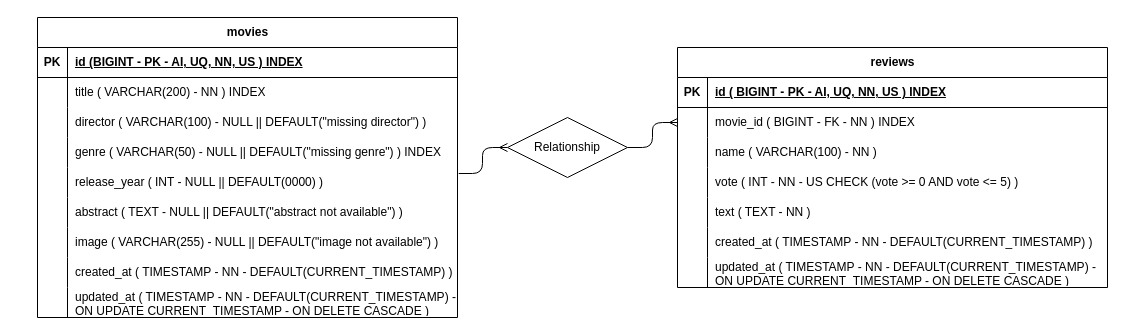
Above: schema.drawio in francesca-golzio/webapp-express (draw.io), before the change. Source tidied: cells renumbered, new cells numbered last; positions are measured from the earlier drawing's top-left corner, leaving out a move shared by most shapes. Both pictures are drawn from the tidied source at 100%, with x=0, y=0 at pixel (37, 17).
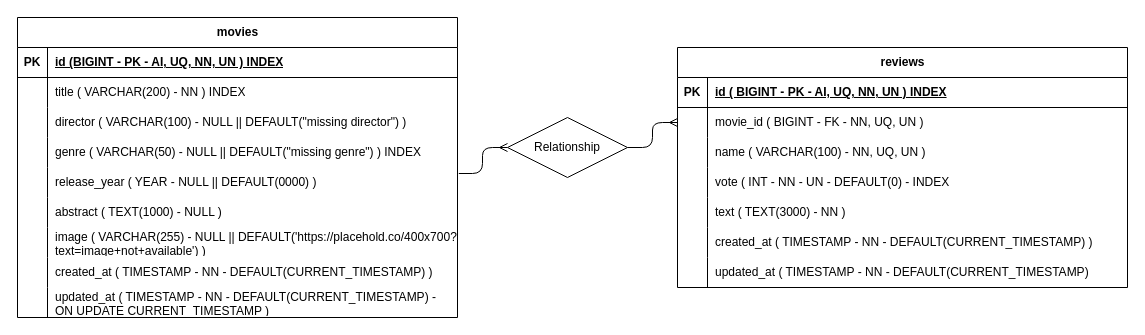
The same diagram, later.

Commit message (it also covers changes not shown here):
fix/implement db schema

The edit, as a diff of the source:
```diff
@@
     <mxCell id="2" value="movies" style="shape=table;startSize=30;childLayout=tableLayout;rowLines=0;fontStyle=1;align=center;html=1;" parent="1" vertex="1">
-      <mxGeometry width="420" height="300" as="geometry" />
+      <mxGeometry x="-20" width="440" height="300" as="geometry" />
     </mxCell>
     <mxCell id="3" style="shape=tableRow;horizontal=0;startSize=0;swimlaneHead=0;swimlaneBody=0;fillColor=none;top=0;left=0;right=0;bottom=1;" parent="2" vertex="1">
-      <mxGeometry y="30" width="420" height="30" as="geometry" />
+      <mxGeometry y="30" width="440" height="30" as="geometry" />
     </mxCell>
@@
-    <mxCell id="5" value="id&amp;nbsp;(BIGINT - PK - AI, UQ, NN, US ) INDEX" style="shape=partialRectangle;fillColor=none;top=0;left=0;bottom=0;right=0;align=left;spacingLeft=6;fontStyle=5;overflow=hidden;whiteSpace=wrap;html=1;" parent="3" vertex="1">
-      <mxGeometry x="30" width="390" height="30" as="geometry" />
+    <mxCell id="5" value="id&amp;nbsp;(BIGINT - PK - AI, UQ, NN, UN ) INDEX" style="shape=partialRectangle;fillColor=none;top=0;left=0;bottom=0;right=0;align=left;spacingLeft=6;fontStyle=5;overflow=hidden;whiteSpace=wrap;html=1;" parent="3" vertex="1">
+      <mxGeometry x="30" width="410" height="30" as="geometry" />
     </mxCell>
     <mxCell id="6" style="shape=tableRow;horizontal=0;startSize=0;swimlaneHead=0;swimlaneBody=0;fillColor=none;top=0;left=0;right=0;bottom=0;" parent="2" vertex="1">
-      <mxGeometry y="60" width="420" height="30" as="geometry" />
+      <mxGeometry y="60" width="440" height="30" as="geometry" />
     </mxCell>
@@
     <mxCell id="8" value="title ( VARCHAR(200) - NN ) INDEX" style="shape=partialRectangle;fillColor=none;top=0;left=0;bottom=0;right=0;align=left;spacingLeft=6;overflow=hidden;whiteSpace=wrap;html=1;" parent="6" vertex="1">
-      <mxGeometry x="30" width="390" height="30" as="geometry" />
+      <mxGeometry x="30" width="410" height="30" as="geometry" />
     </mxCell>
     <mxCell id="9" style="shape=tableRow;horizontal=0;startSize=0;swimlaneHead=0;swimlaneBody=0;fillColor=none;top=0;left=0;right=0;bottom=0;" parent="2" vertex="1">
-      <mxGeometry y="90" width="420" height="30" as="geometry" />
+      <mxGeometry y="90" width="440" height="30" as="geometry" />
     </mxCell>
@@
     <mxCell id="11" value="director ( VARCHAR(100) - NULL || DEFAULT(&quot;missing director&quot;) )" style="shape=partialRectangle;fillColor=none;top=0;left=0;bottom=0;right=0;align=left;spacingLeft=6;overflow=hidden;whiteSpace=wrap;html=1;" parent="9" vertex="1">
-      <mxGeometry x="30" width="390" height="30" as="geometry" />
+      <mxGeometry x="30" width="410" height="30" as="geometry" />
     </mxCell>
     <mxCell id="12" style="shape=tableRow;horizontal=0;startSize=0;swimlaneHead=0;swimlaneBody=0;fillColor=none;top=0;left=0;right=0;bottom=0;" parent="2" vertex="1">
-      <mxGeometry y="120" width="420" height="30" as="geometry" />
+      <mxGeometry y="120" width="440" height="30" as="geometry" />
     </mxCell>
@@
     <mxCell id="14" value="genre ( VARCHAR(50) - NULL || DEFAULT(&quot;missing genre&quot;) ) INDEX" style="shape=partialRectangle;fillColor=none;top=0;left=0;bottom=0;right=0;align=left;spacingLeft=6;overflow=hidden;whiteSpace=wrap;html=1;" parent="12" vertex="1">
-      <mxGeometry x="30" width="390" height="30" as="geometry" />
+      <mxGeometry x="30" width="410" height="30" as="geometry" />
     </mxCell>
     <mxCell id="15" style="shape=tableRow;horizontal=0;startSize=0;swimlaneHead=0;swimlaneBody=0;fillColor=none;points=[[0,0.5],[1,0.5]];portConstraint=eastwest;top=0;left=0;right=0;bottom=0;" parent="2" vertex="1">
-      <mxGeometry y="150" width="420" height="30" as="geometry" />
+      <mxGeometry y="150" width="440" height="30" as="geometry" />
     </mxCell>
@@
-    <mxCell id="17" value="release_year ( INT - NULL || DEFAULT(0000) )" style="shape=partialRectangle;fillColor=none;top=0;left=0;bottom=0;right=0;align=left;spacingLeft=6;overflow=hidden;whiteSpace=wrap;html=1;" parent="15" vertex="1">
-      <mxGeometry x="30" width="390" height="30" as="geometry" />
+    <mxCell id="17" value="release_year ( YEAR - NULL || DEFAULT(0000) )" style="shape=partialRectangle;fillColor=none;top=0;left=0;bottom=0;right=0;align=left;spacingLeft=6;overflow=hidden;whiteSpace=wrap;html=1;" parent="15" vertex="1">
+      <mxGeometry x="30" width="410" height="30" as="geometry" />
     </mxCell>
     <mxCell id="18" style="shape=tableRow;horizontal=0;startSize=0;swimlaneHead=0;swimlaneBody=0;fillColor=none;top=0;left=0;right=0;bottom=0;" parent="2" vertex="1">
-      <mxGeometry y="180" width="420" height="30" as="geometry" />
+      <mxGeometry y="180" width="440" height="30" as="geometry" />
     </mxCell>
@@
-    <mxCell id="20" value="abstract ( TEXT - NULL || DEFAULT(&quot;abstract not available&quot;) )" style="shape=partialRectangle;fillColor=none;top=0;left=0;bottom=0;right=0;align=left;spacingLeft=6;overflow=hidden;whiteSpace=wrap;html=1;" parent="18" vertex="1">
-      <mxGeometry x="30" width="390" height="30" as="geometry" />
+    <mxCell id="20" value="abstract ( TEXT(1000) - NULL )" style="shape=partialRectangle;fillColor=none;top=0;left=0;bottom=0;right=0;align=left;spacingLeft=6;overflow=hidden;whiteSpace=wrap;html=1;" parent="18" vertex="1">
+      <mxGeometry x="30" width="410" height="30" as="geometry" />
     </mxCell>
     <mxCell id="21" style="shape=tableRow;horizontal=0;startSize=0;swimlaneHead=0;swimlaneBody=0;fillColor=none;top=0;left=0;right=0;bottom=0;" parent="2" vertex="1">
-      <mxGeometry y="210" width="420" height="30" as="geometry" />
+      <mxGeometry y="210" width="440" height="30" as="geometry" />
     </mxCell>
@@
-    <mxCell id="23" value="image ( VARCHAR(255) - NULL || DEFAULT(&quot;image not available&quot;) )" style="shape=partialRectangle;fillColor=none;top=0;left=0;bottom=0;right=0;align=left;spacingLeft=6;overflow=hidden;whiteSpace=wrap;html=1;" parent="21" vertex="1">
-      <mxGeometry x="30" width="390" height="30" as="geometry" />
+    <mxCell id="23" value="image ( VARCHAR(255) - NULL || DEFAULT('https://placehold.co/400x700?text=image+not+available') )" style="shape=partialRectangle;fillColor=none;top=0;left=0;bottom=0;right=0;align=left;spacingLeft=6;overflow=hidden;whiteSpace=wrap;html=1;" parent="21" vertex="1">
+      <mxGeometry x="30" width="410" height="30" as="geometry" />
     </mxCell>
     <mxCell id="24" style="shape=tableRow;horizontal=0;startSize=0;swimlaneHead=0;swimlaneBody=0;fillColor=none;top=0;left=0;right=0;bottom=0;" parent="2" vertex="1">
-      <mxGeometry y="240" width="420" height="30" as="geometry" />
+      <mxGeometry y="240" width="440" height="30" as="geometry" />
     </mxCell>
@@
     <mxCell id="26" value="created_at ( TIMESTAMP - NN - DEFAULT(CURRENT_TIMESTAMP) )" style="shape=partialRectangle;fillColor=none;top=0;left=0;bottom=0;right=0;align=left;spacingLeft=6;overflow=hidden;whiteSpace=wrap;html=1;" parent="24" vertex="1">
-      <mxGeometry x="30" width="390" height="30" as="geometry" />
+      <mxGeometry x="30" width="410" height="30" as="geometry" />
     </mxCell>
     <mxCell id="27" style="shape=tableRow;horizontal=0;startSize=0;swimlaneHead=0;swimlaneBody=0;fillColor=none;top=0;left=0;right=0;bottom=0;" parent="2" vertex="1">
-      <mxGeometry y="270" width="420" height="30" as="geometry" />
+      <mxGeometry y="270" width="440" height="30" as="geometry" />
     </mxCell>
@@
-    <mxCell id="29" value="updated_at ( TIMESTAMP - NN - DEFAULT(CURRENT_TIMESTAMP) - ON UPDATE CURRENT_TIMESTAMP - ON DELETE CASCADE )" style="shape=partialRectangle;fillColor=none;top=0;left=0;bottom=0;right=0;align=left;spacingLeft=6;overflow=hidden;whiteSpace=wrap;html=1;" parent="27" vertex="1">
-      <mxGeometry x="30" width="390" height="30" as="geometry" />
+    <mxCell id="29" value="updated_at ( TIMESTAMP - NN - DEFAULT(CURRENT_TIMESTAMP) - ON UPDATE CURRENT_TIMESTAMP )" style="shape=partialRectangle;fillColor=none;top=0;left=0;bottom=0;right=0;align=left;spacingLeft=6;overflow=hidden;whiteSpace=wrap;html=1;" parent="27" vertex="1">
+      <mxGeometry x="30" width="410" height="30" as="geometry" />
     </mxCell>
     <mxCell id="30" value="reviews" style="shape=table;startSize=30;childLayout=tableLayout;rowLines=0;fontStyle=1;align=center;html=1;" parent="1" vertex="1">
-      <mxGeometry x="640" y="30" width="430" height="240" as="geometry" />
+      <mxGeometry x="640" y="30" width="450" height="240" as="geometry" />
     </mxCell>
     <mxCell id="31" style="shape=tableRow;horizontal=0;startSize=0;swimlaneHead=0;swimlaneBody=0;fillColor=none;top=0;left=0;right=0;bottom=1;" parent="30" vertex="1">
-      <mxGeometry y="30" width="430" height="30" as="geometry" />
+      <mxGeometry y="30" width="450" height="30" as="geometry" />
     </mxCell>
@@
-    <mxCell id="33" value="id ( BIGINT - PK - AI, UQ, NN, US ) INDEX" style="shape=partialRectangle;fillColor=none;top=0;left=0;bottom=0;right=0;align=left;spacingLeft=6;fontStyle=5;overflow=hidden;whiteSpace=wrap;html=1;" parent="31" vertex="1">
-      <mxGeometry x="30" width="400" height="30" as="geometry" />
+    <mxCell id="33" value="id ( BIGINT - PK - AI, UQ, NN, UN ) INDEX" style="shape=partialRectangle;fillColor=none;top=0;left=0;bottom=0;right=0;align=left;spacingLeft=6;fontStyle=5;overflow=hidden;whiteSpace=wrap;html=1;" parent="31" vertex="1">
+      <mxGeometry x="30" width="420" height="30" as="geometry" />
     </mxCell>
     <mxCell id="34" style="shape=tableRow;horizontal=0;startSize=0;swimlaneHead=0;swimlaneBody=0;fillColor=none;points=[[0,0.5],[1,0.5]];portConstraint=eastwest;top=0;left=0;right=0;bottom=0;" parent="30" vertex="1">
-      <mxGeometry y="60" width="430" height="30" as="geometry" />
+      <mxGeometry y="60" width="450" height="30" as="geometry" />
     </mxCell>
@@
-    <mxCell id="36" value="movie_id ( BIGINT - FK - NN ) INDEX" style="shape=partialRectangle;fillColor=none;top=0;left=0;bottom=0;right=0;align=left;spacingLeft=6;overflow=hidden;whiteSpace=wrap;html=1;" parent="34" vertex="1">
-      <mxGeometry x="30" width="400" height="30" as="geometry" />
+    <mxCell id="36" value="movie_id ( BIGINT - FK - NN, UQ, UN )" style="shape=partialRectangle;fillColor=none;top=0;left=0;bottom=0;right=0;align=left;spacingLeft=6;overflow=hidden;whiteSpace=wrap;html=1;" parent="34" vertex="1">
+      <mxGeometry x="30" width="420" height="30" as="geometry" />
     </mxCell>
     <mxCell id="37" style="shape=tableRow;horizontal=0;startSize=0;swimlaneHead=0;swimlaneBody=0;fillColor=none;top=0;left=0;right=0;bottom=0;" parent="30" vertex="1">
-      <mxGeometry y="90" width="430" height="30" as="geometry" />
+      <mxGeometry y="90" width="450" height="30" as="geometry" />
     </mxCell>
@@
-    <mxCell id="39" value="name ( VARCHAR(100) - NN )" style="shape=partialRectangle;fillColor=none;top=0;left=0;bottom=0;right=0;align=left;spacingLeft=6;overflow=hidden;whiteSpace=wrap;html=1;" parent="37" vertex="1">
-      <mxGeometry x="30" width="400" height="30" as="geometry" />
+    <mxCell id="39" value="name ( VARCHAR(100) - NN, UQ, UN )" style="shape=partialRectangle;fillColor=none;top=0;left=0;bottom=0;right=0;align=left;spacingLeft=6;overflow=hidden;whiteSpace=wrap;html=1;" parent="37" vertex="1">
+      <mxGeometry x="30" width="420" height="30" as="geometry" />
     </mxCell>
     <mxCell id="40" style="shape=tableRow;horizontal=0;startSize=0;swimlaneHead=0;swimlaneBody=0;fillColor=none;top=0;left=0;right=0;bottom=0;" parent="30" vertex="1">
-      <mxGeometry y="120" width="430" height="30" as="geometry" />
+      <mxGeometry y="120" width="450" height="30" as="geometry" />
     </mxCell>
@@
-    <mxCell id="42" value="vote ( INT - NN - US CHECK (vote &amp;gt;= 0 AND vote &amp;lt;= 5) )" style="shape=partialRectangle;fillColor=none;top=0;left=0;bottom=0;right=0;align=left;spacingLeft=6;overflow=hidden;whiteSpace=wrap;html=1;" parent="40" vertex="1">
-      <mxGeometry x="30" width="400" height="30" as="geometry" />
+    <mxCell id="42" value="vote ( INT - NN - UN&amp;nbsp;- DEFAULT(0) - INDEX" style="shape=partialRectangle;fillColor=none;top=0;left=0;bottom=0;right=0;align=left;spacingLeft=6;overflow=hidden;whiteSpace=wrap;html=1;" parent="40" vertex="1">
+      <mxGeometry x="30" width="420" height="30" as="geometry" />
     </mxCell>
     <mxCell id="43" style="shape=tableRow;horizontal=0;startSize=0;swimlaneHead=0;swimlaneBody=0;fillColor=none;top=0;left=0;right=0;bottom=0;" parent="30" vertex="1">
-      <mxGeometry y="150" width="430" height="30" as="geometry" />
+      <mxGeometry y="150" width="450" height="30" as="geometry" />
     </mxCell>
@@
-    <mxCell id="45" value="text ( TEXT - NN )" style="shape=partialRectangle;fillColor=none;top=0;left=0;bottom=0;right=0;align=left;spacingLeft=6;overflow=hidden;whiteSpace=wrap;html=1;" parent="43" vertex="1">
-      <mxGeometry x="30" width="400" height="30" as="geometry" />
+    <mxCell id="45" value="text ( TEXT(3000) - NN )" style="shape=partialRectangle;fillColor=none;top=0;left=0;bottom=0;right=0;align=left;spacingLeft=6;overflow=hidden;whiteSpace=wrap;html=1;" parent="43" vertex="1">
+      <mxGeometry x="30" width="420" height="30" as="geometry" />
     </mxCell>
     <mxCell id="46" style="shape=tableRow;horizontal=0;startSize=0;swimlaneHead=0;swimlaneBody=0;fillColor=none;top=0;left=0;right=0;bottom=0;" parent="30" vertex="1">
-      <mxGeometry y="180" width="430" height="30" as="geometry" />
+      <mxGeometry y="180" width="450" height="30" as="geometry" />
     </mxCell>
@@
     <mxCell id="48" value="created_at ( TIMESTAMP - NN - DEFAULT(CURRENT_TIMESTAMP) )" style="shape=partialRectangle;fillColor=none;top=0;left=0;bottom=0;right=0;align=left;spacingLeft=6;overflow=hidden;whiteSpace=wrap;html=1;" parent="46" vertex="1">
-      <mxGeometry x="30" width="400" height="30" as="geometry" />
+      <mxGeometry x="30" width="420" height="30" as="geometry" />
     </mxCell>
     <mxCell id="49" style="shape=tableRow;horizontal=0;startSize=0;swimlaneHead=0;swimlaneBody=0;fillColor=none;top=0;left=0;right=0;bottom=0;" parent="30" vertex="1">
-      <mxGeometry y="210" width="430" height="30" as="geometry" />
+      <mxGeometry y="210" width="450" height="30" as="geometry" />
     </mxCell>
@@
-    <mxCell id="51" value="updated_at ( TIMESTAMP - NN - DEFAULT(CURRENT_TIMESTAMP) - ON UPDATE CURRENT_TIMESTAMP - ON DELETE CASCADE )" style="shape=partialRectangle;fillColor=none;top=0;left=0;bottom=0;right=0;align=left;spacingLeft=6;overflow=hidden;whiteSpace=wrap;html=1;" parent="49" vertex="1">
-      <mxGeometry x="30" width="400" height="30" as="geometry" />
+    <mxCell id="51" value="updated_at ( TIMESTAMP - NN - DEFAULT(CURRENT_TIMESTAMP)&amp;nbsp;" style="shape=partialRectangle;fillColor=none;top=0;left=0;bottom=0;right=0;align=left;spacingLeft=6;overflow=hidden;whiteSpace=wrap;html=1;" parent="49" vertex="1">
+      <mxGeometry x="30" width="420" height="30" as="geometry" />
     </mxCell>
```
